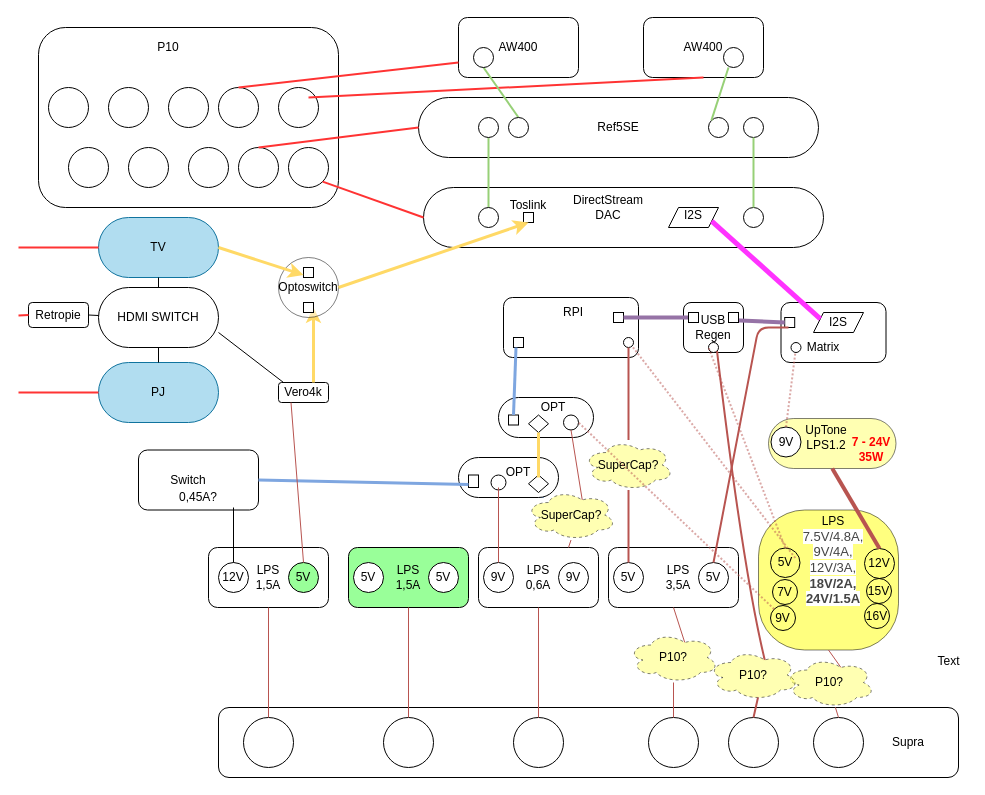
Earlier version of the draw.io diagram Audio2020.drawio (maniac0r/audio). Source tidied: cells renumbered, new cells numbered last; positions are measured from the earlier drawing's top-left corner, leaving out a move shared by most shapes. Both pictures are drawn from the tidied source at 100%, with x=0, y=0 at pixel (18, 17).
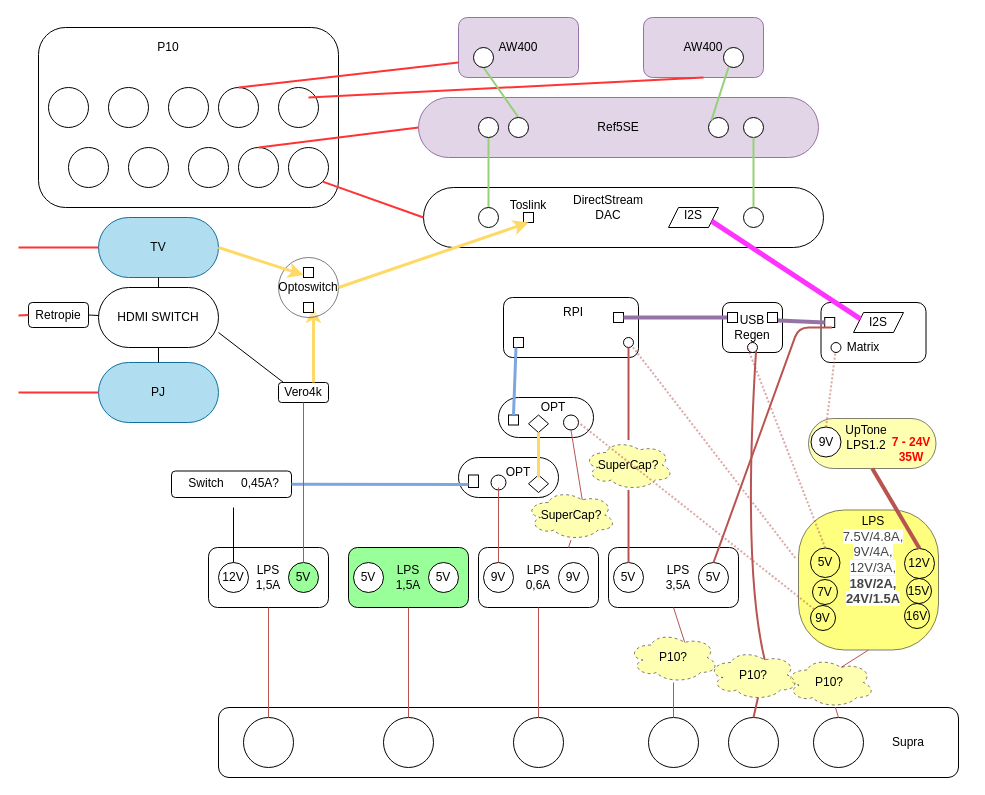
The same diagram, later.

Unchanged cells that the change refers to:
```xml
<mxCell id="7" style="rounded=1;whiteSpace=wrap;html=1;" parent="1" vertex="1">
  <mxGeometry x="260" y="365" width="50" height="20" as="geometry" />
</mxCell>
<mxCell id="16" value="5V" style="ellipse;whiteSpace=wrap;html=1;fillColor=#99FF99;" parent="1" vertex="1">
  <mxGeometry x="270" y="545" width="30" height="30" as="geometry" />
</mxCell>
<mxCell id="29" value="5V" style="ellipse;whiteSpace=wrap;html=1;" parent="1" vertex="1">
  <mxGeometry x="680" y="545" width="30" height="30" as="geometry" />
</mxCell>
<mxCell id="117" value="Vero4k" style="text;html=1;strokeColor=none;fillColor=none;align=center;verticalAlign=middle;whiteSpace=wrap;rounded=0;" parent="1" vertex="1">
  <mxGeometry x="265" y="365" width="40" height="20" as="geometry" />
</mxCell>
```

Diff of the diagram source:
```diff
@@
     <mxCell id="5" style="rounded=1;whiteSpace=wrap;html=1;" parent="1" vertex="1">
-      <mxGeometry x="762.5" y="285" width="105" height="60" as="geometry" />
+      <mxGeometry x="802.5" y="285" width="105" height="60" as="geometry" />
     </mxCell>
     <mxCell id="6" value="USB Regen" style="rounded=1;whiteSpace=wrap;html=1;" parent="1" vertex="1">
-      <mxGeometry x="665" y="285" width="60" height="50" as="geometry" />
+      <mxGeometry x="704" y="285" width="60" height="50" as="geometry" />
     </mxCell>
@@
     <mxCell id="8" style="rounded=1;whiteSpace=wrap;html=1;opacity=50;fillColor=#FFFF00;arcSize=33;" parent="1" vertex="1">
-      <mxGeometry x="740" y="492.5" width="140" height="140" as="geometry" />
+      <mxGeometry x="780" y="492.5" width="140" height="140" as="geometry" />
     </mxCell>
     <mxCell id="9" value="7V" style="ellipse;whiteSpace=wrap;html=1;fillColor=none;" parent="1" vertex="1">
-      <mxGeometry x="754" y="562" width="25" height="25" as="geometry" />
+      <mxGeometry x="794" y="562" width="25" height="25" as="geometry" />
     </mxCell>
     <mxCell id="10" value="15V" style="ellipse;whiteSpace=wrap;html=1;fillColor=none;" parent="1" vertex="1">
-      <mxGeometry x="848" y="561" width="25" height="25" as="geometry" />
+      <mxGeometry x="888" y="561" width="25" height="25" as="geometry" />
     </mxCell>
     <mxCell id="11" style="rounded=1;whiteSpace=wrap;html=1;" parent="1" vertex="1">
-      <mxGeometry x="120" y="432.5" width="120" height="60" as="geometry" />
+      <mxGeometry x="153" y="453.5" width="120" height="26.5" as="geometry" />
     </mxCell>
     <mxCell id="12" value="Switch" style="text;html=1;strokeColor=none;fillColor=none;align=center;verticalAlign=middle;whiteSpace=wrap;rounded=0;" parent="1" vertex="1">
-      <mxGeometry x="150" y="452.5" width="40" height="20" as="geometry" />
+      <mxGeometry x="168" y="455.5" width="40" height="20" as="geometry" />
     </mxCell>
@@
     <mxCell id="62" style="rounded=0;whiteSpace=wrap;html=1;" parent="1" vertex="1">
-      <mxGeometry x="766.2" y="300" width="10" height="10" as="geometry" />
+      <mxGeometry x="806.2" y="300" width="10" height="10" as="geometry" />
     </mxCell>
@@
     <mxCell id="66" value="12V" style="ellipse;whiteSpace=wrap;html=1;fillColor=none;" parent="1" vertex="1">
-      <mxGeometry x="846" y="531" width="30" height="30" as="geometry" />
+      <mxGeometry x="886" y="531" width="30" height="30" as="geometry" />
     </mxCell>
     <mxCell id="67" style="rounded=1;whiteSpace=wrap;html=1;arcSize=50;fillColor=#FFFF66;opacity=50;" parent="1" vertex="1">
-      <mxGeometry x="750" y="401" width="127.5" height="50" as="geometry" />
+      <mxGeometry x="790" y="401" width="127.5" height="50" as="geometry" />
     </mxCell>
     <mxCell id="68" value="UpTone LPS1.2" style="text;html=1;strokeColor=none;fillColor=none;align=center;verticalAlign=middle;whiteSpace=wrap;rounded=0;rotation=0;" parent="1" vertex="1">
-      <mxGeometry x="787.5" y="407" width="40" height="25" as="geometry" />
+      <mxGeometry x="827.5" y="407" width="40" height="25" as="geometry" />
     </mxCell>
@@
     <mxCell id="70" value="9V" style="ellipse;whiteSpace=wrap;html=1;" parent="1" vertex="1">
-      <mxGeometry x="752.5" y="409.5" width="30" height="30" as="geometry" />
+      <mxGeometry x="792.5" y="409.5" width="30" height="30" as="geometry" />
     </mxCell>
     <mxCell id="71" value="LPS&lt;br&gt;&lt;span style=&quot;color: rgb(68 , 68 , 68) ; font-family: &amp;#34;helvetica&amp;#34; , &amp;#34;arial&amp;#34; , sans-serif ; font-size: 13px ; text-align: left ; background-color: rgb(255 , 255 , 255)&quot;&gt;7.5V/4.8A, 9V/4A, 12V/3A, &lt;b&gt;18V/2A, 24V/1.5A&lt;/b&gt;&lt;/span&gt;" style="text;html=1;strokeColor=none;fillColor=none;align=center;verticalAlign=middle;whiteSpace=wrap;rounded=0;" parent="1" vertex="1">
-      <mxGeometry x="795" y="535" width="40" height="15" as="geometry" />
+      <mxGeometry x="835" y="535" width="40" height="15" as="geometry" />
     </mxCell>
     <mxCell id="72" value="16V" style="ellipse;whiteSpace=wrap;html=1;fillColor=none;" parent="1" vertex="1">
-      <mxGeometry x="846" y="586" width="25" height="25" as="geometry" />
+      <mxGeometry x="886" y="586" width="25" height="25" as="geometry" />
     </mxCell>
     <mxCell id="73" value="5V" style="ellipse;whiteSpace=wrap;html=1;fillColor=none;" parent="1" vertex="1">
-      <mxGeometry x="752" y="530.5" width="29.5" height="29.5" as="geometry" />
+      <mxGeometry x="792" y="530.5" width="29.5" height="29.5" as="geometry" />
     </mxCell>
     <mxCell id="74" value="9V" style="ellipse;whiteSpace=wrap;html=1;fillColor=none;" parent="1" vertex="1">
-      <mxGeometry x="752" y="588" width="25" height="25" as="geometry" />
+      <mxGeometry x="792" y="588" width="25" height="25" as="geometry" />
     </mxCell>
     <mxCell id="75" style="shape=parallelogram;perimeter=parallelogramPerimeter;whiteSpace=wrap;html=1;" parent="1" vertex="1">
-      <mxGeometry x="795" y="295" width="50" height="20" as="geometry" />
+      <mxGeometry x="835" y="295" width="50" height="20" as="geometry" />
     </mxCell>
     <mxCell id="76" value="I2S" style="text;html=1;strokeColor=none;fillColor=none;align=center;verticalAlign=middle;whiteSpace=wrap;rounded=0;" parent="1" vertex="1">
-      <mxGeometry x="795" y="290" width="50" height="30" as="geometry" />
+      <mxGeometry x="835" y="290" width="50" height="30" as="geometry" />
     </mxCell>
     <mxCell id="77" value="Matrix" style="text;html=1;strokeColor=none;fillColor=none;align=center;verticalAlign=middle;whiteSpace=wrap;rounded=0;" parent="1" vertex="1">
-      <mxGeometry x="785" y="315" width="40" height="30" as="geometry" />
+      <mxGeometry x="825" y="315" width="40" height="30" as="geometry" />
     </mxCell>
     <mxCell id="78" style="ellipse;whiteSpace=wrap;html=1;" parent="1" vertex="1">
-      <mxGeometry x="772.5" y="325" width="10" height="10" as="geometry" />
+      <mxGeometry x="812.5" y="325" width="10" height="10" as="geometry" />
     </mxCell>
@@
     <mxCell id="82" value="&lt;font color=&quot;#ff0000&quot;&gt;7 - 24V&lt;br&gt;35W&lt;/font&gt;" style="text;html=1;strokeColor=none;fillColor=none;align=center;verticalAlign=middle;whiteSpace=wrap;rounded=0;fontStyle=1;" parent="1" vertex="1">
-      <mxGeometry x="827.5" y="417" width="50" height="30" as="geometry" />
+      <mxGeometry x="867.5" y="417" width="50" height="30" as="geometry" />
     </mxCell>
     <mxCell id="83" value="0,45A?" style="text;html=1;strokeColor=none;fillColor=none;align=center;verticalAlign=middle;whiteSpace=wrap;rounded=0;" parent="1" vertex="1">
-      <mxGeometry x="160" y="470" width="40" height="20" as="geometry" />
+      <mxGeometry x="222" y="456" width="40" height="20" as="geometry" />
     </mxCell>
@@
-    <mxCell id="98" value="AW400" style="rounded=1;whiteSpace=wrap;html=1;" parent="1" vertex="1">
+    <mxCell id="98" value="AW400" style="rounded=1;whiteSpace=wrap;html=1;fillColor=#e1d5e7;strokeColor=#9673a6;" parent="1" vertex="1">
       <mxGeometry x="440" width="120" height="60" as="geometry" />
     </mxCell>
-    <mxCell id="99" value="AW400" style="rounded=1;whiteSpace=wrap;html=1;" parent="1" vertex="1">
+    <mxCell id="99" value="AW400" style="rounded=1;whiteSpace=wrap;html=1;fillColor=#e1d5e7;strokeColor=#9673a6;" parent="1" vertex="1">
       <mxGeometry x="625" width="120" height="60" as="geometry" />
     </mxCell>
-    <mxCell id="100" value="Ref5SE" style="rounded=1;whiteSpace=wrap;html=1;arcSize=50;" parent="1" vertex="1">
+    <mxCell id="100" value="Ref5SE" style="rounded=1;whiteSpace=wrap;html=1;arcSize=50;fillColor=#e1d5e7;strokeColor=#9673a6;" parent="1" vertex="1">
       <mxGeometry x="400" y="80" width="400" height="60" as="geometry" />
     </mxCell>
@@
-    <mxCell id="116" style="endArrow=none;html=1;fillColor=#f8cecc;strokeColor=#B85450;exitX=0.25;exitY=1;exitDx=0;exitDy=0;entryX=0.5;entryY=0;entryDx=0;entryDy=0;" parent="1" edge="1" source="7" target="16">
+    <mxCell id="116" style="endArrow=none;html=1;fillColor=#f8cecc;strokeColor=#B85450;exitX=0.5;exitY=1;exitDx=0;exitDy=0;entryX=0.5;entryY=0;entryDx=0;entryDy=0;" parent="1" edge="1" source="117" target="16">
       <mxGeometry relative="1" as="geometry" />
     </mxCell>
@@
-    <mxCell id="126" style="endArrow=none;html=1;fillColor=#f8cecc;strokeColor=#B85450;strokeWidth=2;exitX=0.5;exitY=0;exitDx=0;exitDy=0;" parent="1" edge="1" source="29">
+    <mxCell id="126" style="endArrow=none;html=1;fillColor=#f8cecc;strokeColor=#B85450;strokeWidth=2;exitX=0.5;exitY=0;exitDx=0;exitDy=0;entryX=0.75;entryY=1;entryDx=0;entryDy=0;" parent="1" edge="1" source="29" target="62">
       <mxGeometry relative="1" as="geometry">
-        <mxPoint x="770" y="310" as="targetPoint" />
         <Array as="points">
-          <mxPoint x="740" y="310" />
+          <mxPoint x="780" y="310" />
         </Array>
       </mxGeometry>
     </mxCell>
@@
     <mxCell id="128" style="ellipse;whiteSpace=wrap;html=1;" parent="1" vertex="1">
-      <mxGeometry x="690" y="325" width="10" height="10" as="geometry" />
+      <mxGeometry x="729" y="325" width="10" height="10" as="geometry" />
     </mxCell>
@@
     <mxCell id="130" style="rounded=0;whiteSpace=wrap;html=1;" parent="1" vertex="1">
-      <mxGeometry x="710" y="295" width="10" height="10" as="geometry" />
+      <mxGeometry x="749" y="295" width="10" height="10" as="geometry" />
     </mxCell>
     <mxCell id="131" style="rounded=0;whiteSpace=wrap;html=1;" parent="1" vertex="1">
-      <mxGeometry x="670" y="295" width="10" height="10" as="geometry" />
+      <mxGeometry x="709" y="295" width="10" height="10" as="geometry" />
     </mxCell>
@@
-    <mxCell id="152" value="Text" style="text;html=1;align=center;verticalAlign=middle;" parent="1" vertex="1">
-      <mxGeometry x="910" y="634" width="40" height="20" as="geometry" />
-    </mxCell>
```
